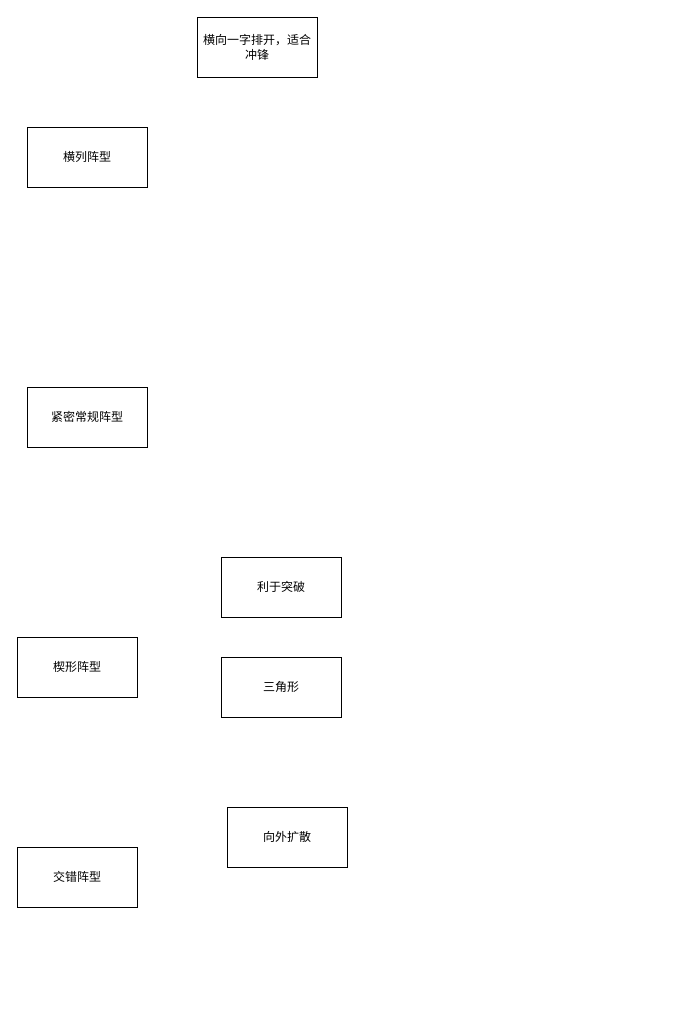
fdgggy/architect-awesome keeps this draw.io diagram as Untitled Diagram.drawio. Above is the earlier version. Source tidied: cells renumbered, new cells numbered last; positions are measured from the earlier drawing's top-left corner, leaving out a move shared by most shapes. Both pictures are drawn from the tidied source at 100%, with x=0, y=0 at pixel (17, 17).
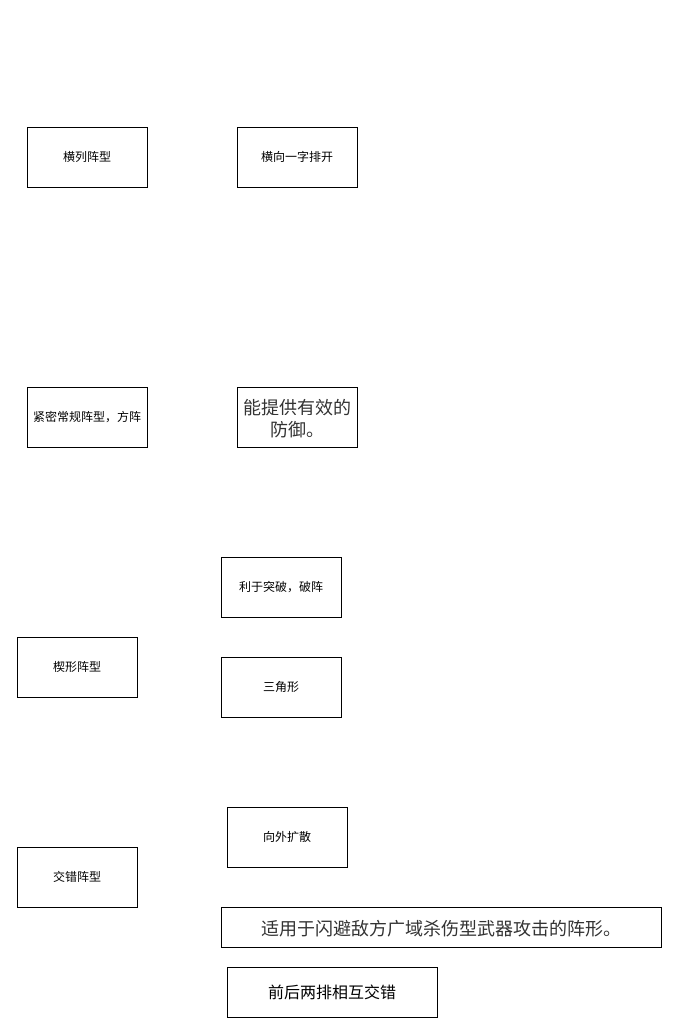
The same diagram, later.

What changed in the source:
```diff
@@
 <mxGraphModel>
   <root>
     <mxCell id="0" />
     <mxCell id="1" parent="0" />
     <mxCell id="2" value="横列阵型" style="rounded=0;whiteSpace=wrap;html=1;" parent="1" vertex="1">
       <mxGeometry x="10" y="110" width="120" height="60" as="geometry" />
     </mxCell>
-    <mxCell id="3" value="横向一字排开，适合冲锋" style="rounded=0;whiteSpace=wrap;html=1;" parent="1" vertex="1">
-      <mxGeometry x="180" width="120" height="60" as="geometry" />
+    <mxCell id="3" value="横向一字排开" style="rounded=0;whiteSpace=wrap;html=1;" parent="1" vertex="1">
+      <mxGeometry x="220" y="110" width="120" height="60" as="geometry" />
     </mxCell>
-    <mxCell id="4" value="紧密常规阵型" style="rounded=0;whiteSpace=wrap;html=1;" parent="1" vertex="1">
+    <mxCell id="4" value="紧密常规阵型，方阵" style="rounded=0;whiteSpace=wrap;html=1;" parent="1" vertex="1">
       <mxGeometry x="10" y="370" width="120" height="60" as="geometry" />
     </mxCell>
     <mxCell id="5" value="楔形阵型" style="rounded=0;whiteSpace=wrap;html=1;" parent="1" vertex="1">
       <mxGeometry y="620" width="120" height="60" as="geometry" />
     </mxCell>
-    <mxCell id="6" value="利于突破" style="rounded=0;whiteSpace=wrap;html=1;" parent="1" vertex="1">
+    <mxCell id="6" value="利于突破，破阵" style="rounded=0;whiteSpace=wrap;html=1;" parent="1" vertex="1">
       <mxGeometry x="204" y="540" width="120" height="60" as="geometry" />
     </mxCell>
     <mxCell id="7" value="三角形" style="rounded=0;whiteSpace=wrap;html=1;" parent="1" vertex="1">
       <mxGeometry x="204" y="640" width="120" height="60" as="geometry" />
     </mxCell>
     <mxCell id="8" value="交错阵型" style="rounded=0;whiteSpace=wrap;html=1;" parent="1" vertex="1">
       <mxGeometry y="830" width="120" height="60" as="geometry" />
     </mxCell>
     <mxCell id="9" value="向外扩散" style="rounded=0;whiteSpace=wrap;html=1;" parent="1" vertex="1">
       <mxGeometry x="210" y="790" width="120" height="60" as="geometry" />
     </mxCell>
+    <mxCell id="10" value="&lt;span style=&quot;color: rgb(51, 51, 51); font-family: &amp;quot;Microsoft YaHei&amp;quot;, &amp;quot;HanHei SC&amp;quot;, &amp;quot;Helvetica Neue&amp;quot;, &amp;quot;Open Sans&amp;quot;, Arial, &amp;quot;Hiragino Sans GB&amp;quot;, 微软雅黑, STHeiti, &amp;quot;WenQuanYi Micro Hei&amp;quot;, SimSun, sans-serif; font-size: 18px; text-align: left; background-color: rgb(255, 255, 255);&quot;&gt;能提供有效的防御。&lt;/span&gt;" style="rounded=0;whiteSpace=wrap;html=1;" parent="1" vertex="1">
+      <mxGeometry x="220" y="370" width="120" height="60" as="geometry" />
+    </mxCell>
+    <mxCell id="11" value="&lt;span style=&quot;color: rgb(51, 51, 51); font-family: &amp;quot;Microsoft YaHei&amp;quot;, &amp;quot;HanHei SC&amp;quot;, &amp;quot;Helvetica Neue&amp;quot;, &amp;quot;Open Sans&amp;quot;, Arial, &amp;quot;Hiragino Sans GB&amp;quot;, 微软雅黑, STHeiti, &amp;quot;WenQuanYi Micro Hei&amp;quot;, SimSun, sans-serif; font-size: 18px; text-align: left; background-color: rgb(255, 255, 255);&quot;&gt;适用于闪避敌方广域杀伤型武器攻击的阵形。&lt;/span&gt;" style="rounded=0;whiteSpace=wrap;html=1;" parent="1" vertex="1">
+      <mxGeometry x="204" y="890" width="440" height="40" as="geometry" />
+    </mxCell>
+    <mxCell id="12" value="&lt;span style=&quot;font-family: &amp;quot;Microsoft YaHei&amp;quot;; font-size: medium; text-align: start; background-color: rgb(255, 255, 255);&quot;&gt;前后两排相互交错&lt;/span&gt;" style="rounded=0;whiteSpace=wrap;html=1;" parent="1" vertex="1">
+      <mxGeometry x="210" y="950" width="210" height="50" as="geometry" />
+    </mxCell>
   </root>
 </mxGraphModel>
```
